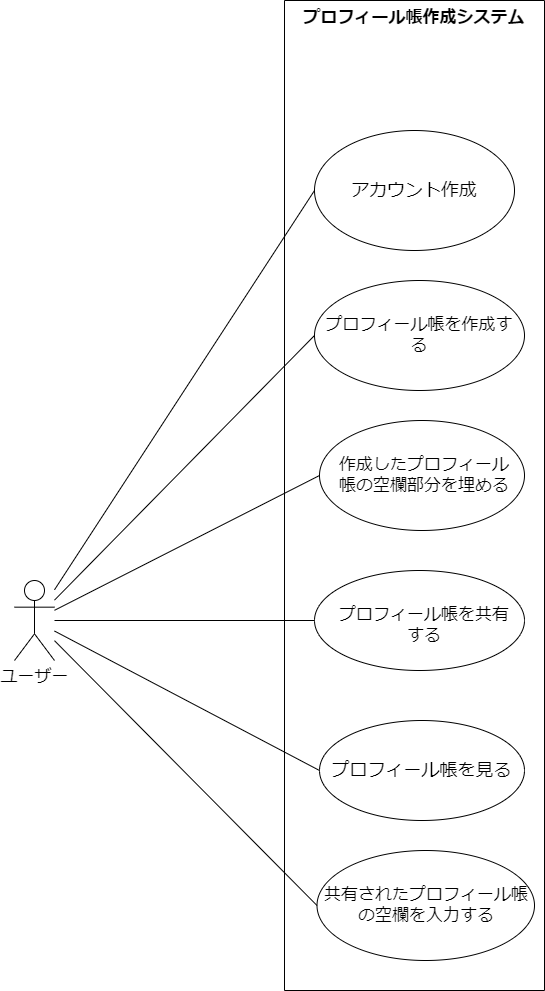
The draw.io diagram usecase.drawio.png in MoritMorit/psp-pro4, before a commit. Source tidied: cells renumbered, new cells last; positions are measured from the earlier drawing's top-left corner, leaving out a move shared by most shapes.
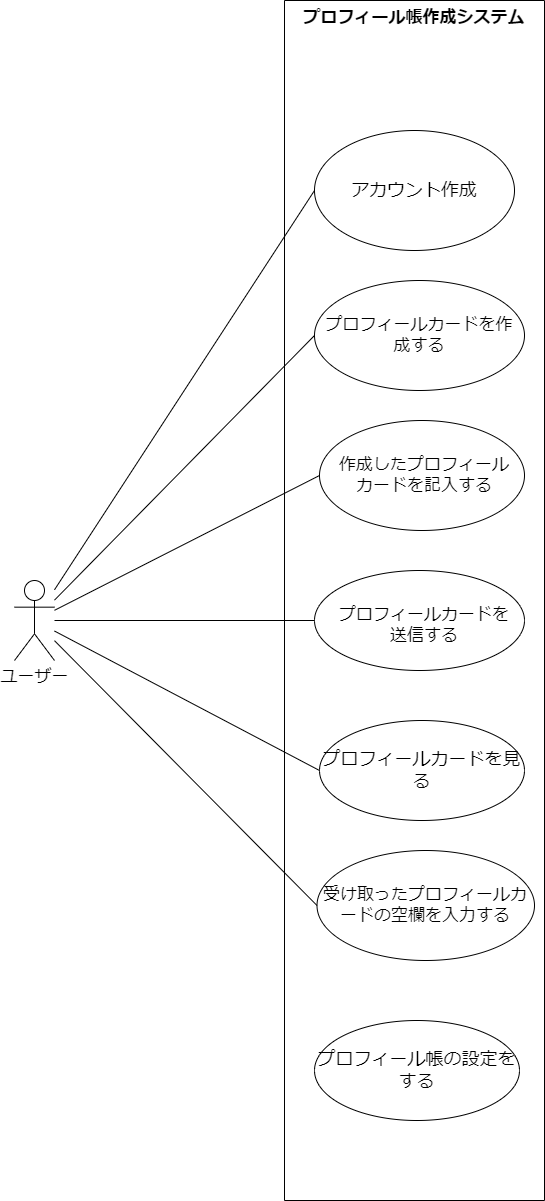
The same file after the commit.

Commit message:
今日はサラダ記念日

Diff of the diagram source:
```diff
@@ -11,7 +11,7 @@
     <mxCell id="4" style="edgeStyle=none;html=1;exitX=1;exitY=1;exitDx=0;exitDy=0;" parent="1" edge="1" source="5" target="3">
       <mxGeometry relative="1" as="geometry" />
     </mxCell>
-    <mxCell id="5" value="プロフィール帳を作成する" style="text;html=1;strokeColor=none;fillColor=none;align=center;verticalAlign=middle;whiteSpace=wrap;rounded=0;fontSize=17;" parent="1" vertex="1">
+    <mxCell id="5" value="プロフィールカードを作成する" style="text;html=1;strokeColor=none;fillColor=none;align=center;verticalAlign=middle;whiteSpace=wrap;rounded=0;fontSize=17;" parent="1" vertex="1">
       <mxGeometry x="310" y="310" width="190" height="50" as="geometry" />
     </mxCell>
     <mxCell id="6" style="ellipse;whiteSpace=wrap;html=1;" parent="1" vertex="1">
@@ -20,16 +20,16 @@
     <mxCell id="7" style="ellipse;whiteSpace=wrap;html=1;" parent="1" vertex="1">
       <mxGeometry x="300" y="570" width="210" height="100" as="geometry" />
     </mxCell>
-    <mxCell id="8" value="プロフィール帳を共有する" style="text;html=1;strokeColor=none;fillColor=none;align=center;verticalAlign=middle;whiteSpace=wrap;rounded=0;fontSize=17;" parent="1" vertex="1">
+    <mxCell id="8" value="プロフィールカードを送信する" style="text;html=1;strokeColor=none;fillColor=none;align=center;verticalAlign=middle;whiteSpace=wrap;rounded=0;fontSize=17;" parent="1" vertex="1">
       <mxGeometry x="320" y="610" width="180" height="30" as="geometry" />
     </mxCell>
-    <mxCell id="9" value="&lt;span style=&quot;font-size: 18px;&quot;&gt;プロフィール帳を見る&lt;/span&gt;" style="ellipse;whiteSpace=wrap;html=1;" parent="1" vertex="1">
+    <mxCell id="9" value="&lt;span style=&quot;font-size: 18px;&quot;&gt;プロフィールカードを見る&lt;/span&gt;" style="ellipse;whiteSpace=wrap;html=1;" parent="1" vertex="1">
       <mxGeometry x="305" y="720" width="205" height="100" as="geometry" />
     </mxCell>
-    <mxCell id="10" value="&lt;font style=&quot;font-size: 17px;&quot;&gt;共有されたプロフィール帳の空欄を入力する&lt;/font&gt;" style="ellipse;whiteSpace=wrap;html=1;" parent="1" vertex="1">
+    <mxCell id="10" value="&lt;font style=&quot;font-size: 17px;&quot;&gt;受け取ったプロフィールカードの空欄を入力する&lt;/font&gt;" style="ellipse;whiteSpace=wrap;html=1;" parent="1" vertex="1">
       <mxGeometry x="302.5" y="850" width="217.5" height="110" as="geometry" />
     </mxCell>
-    <mxCell id="11" value="作成したプロフィール帳の空欄部分を埋める" style="text;html=1;strokeColor=none;fillColor=none;align=center;verticalAlign=middle;whiteSpace=wrap;rounded=0;fontSize=17;" parent="1" vertex="1">
+    <mxCell id="11" value="作成したプロフィールカードを記入する" style="text;html=1;strokeColor=none;fillColor=none;align=center;verticalAlign=middle;whiteSpace=wrap;rounded=0;fontSize=17;" parent="1" vertex="1">
       <mxGeometry x="320" y="460" width="180" height="30" as="geometry" />
     </mxCell>
     <mxCell id="12" style="endArrow=none;html=1;fontSize=17;entryX=0;entryY=0.5;entryDx=0;entryDy=0;" parent="1" edge="1" source="2" target="3">
@@ -48,11 +48,14 @@
       <mxGeometry relative="1" as="geometry" />
     </mxCell>
     <mxCell id="17" value="プロフィール帳作成システム" style="swimlane;startSize=0;fontSize=17;verticalAlign=top;" parent="1" vertex="1">
-      <mxGeometry x="270" width="260" height="990" as="geometry" />
+      <mxGeometry x="270" width="260" height="1200" as="geometry" />
     </mxCell>
     <mxCell id="18" value="&lt;font style=&quot;font-size: 18px;&quot;&gt;アカウント作成&lt;/font&gt;" style="ellipse;whiteSpace=wrap;html=1;" parent="17" vertex="1">
       <mxGeometry x="30" y="130" width="200" height="120" as="geometry" />
     </mxCell>
+    <mxCell id="20" value="&lt;span style=&quot;font-size: 18px;&quot;&gt;プロフィール帳の設定をする&lt;/span&gt;" style="ellipse;whiteSpace=wrap;html=1;" parent="17" vertex="1">
+      <mxGeometry x="30" y="1020" width="205" height="100" as="geometry" />
+    </mxCell>
     <mxCell id="19" style="endArrow=none;html=1;fontSize=18;" parent="1" edge="1" source="2">
       <mxGeometry relative="1" as="geometry">
         <mxPoint x="300" y="190" as="targetPoint" />
```
